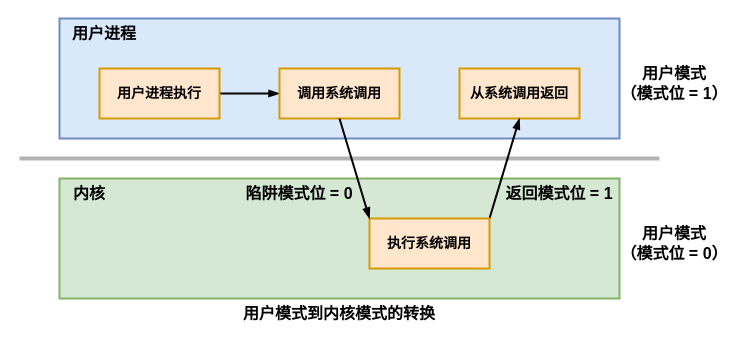
Earlier version of the draw.io diagram page "模式位" (6 of 7) of attach/draw_workspace/操作系统.drawio (creatern/NoteBook). Source tidied: cells renumbered, new cells numbered last; positions are measured from the earlier drawing's top-left corner, leaving out a move shared by most shapes. Both pictures are drawn from the tidied source at 100%, with x=0, y=0 at pixel (19, 18).
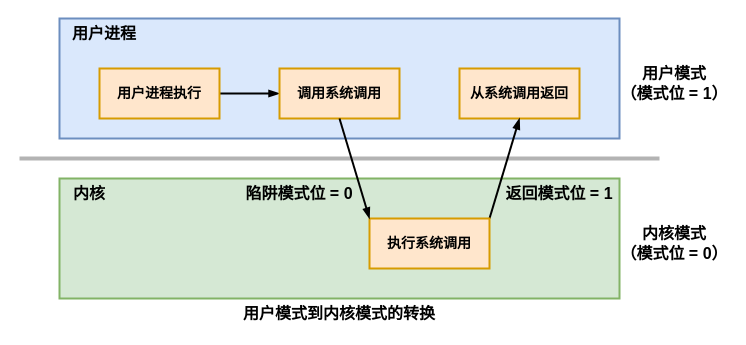
The same page after the edit.

Change to the diagram source:
```diff
@@
 <mxGraphModel>
   <root>
     <mxCell id="0" />
     <mxCell id="1" parent="0" />
     <mxCell id="2" style="rounded=0;whiteSpace=wrap;html=1;fillColor=#d5e8d4;strokeColor=#82b366;strokeWidth=2;" parent="1" vertex="1">
       <mxGeometry x="40" y="160" width="560" height="120" as="geometry" />
     </mxCell>
     <mxCell id="3" style="rounded=0;whiteSpace=wrap;html=1;fillColor=#dae8fc;strokeColor=#6c8ebf;strokeWidth=2;" parent="1" vertex="1">
       <mxGeometry x="40" width="560" height="120" as="geometry" />
     </mxCell>
     <mxCell id="4" value="&lt;b style=&quot;font-size: 16px;&quot;&gt;用户进程&lt;/b&gt;" style="text;html=1;strokeColor=none;fillColor=none;align=center;verticalAlign=middle;whiteSpace=wrap;rounded=0;fontSize=16;" parent="1" vertex="1">
       <mxGeometry x="40" width="90" height="30" as="geometry" />
     </mxCell>
     <mxCell id="5" style="edgeStyle=orthogonalEdgeStyle;rounded=0;jettySize=auto;html=1;exitX=1;exitY=0.5;exitDx=0;exitDy=0;entryX=0;entryY=0.5;entryDx=0;entryDy=0;strokeWidth=2;endArrow=blockThin;endFill=1;" parent="1" edge="1" source="6" target="7">
       <mxGeometry relative="1" as="geometry" />
     </mxCell>
     <mxCell id="6" value="&lt;b style=&quot;font-size: 14px;&quot;&gt;用户进程执行&lt;/b&gt;" style="rounded=0;whiteSpace=wrap;html=1;fillColor=#ffe6cc;strokeColor=#d79b00;strokeWidth=2;fontSize=14;" parent="1" vertex="1">
       <mxGeometry x="80" y="50" width="120" height="50" as="geometry" />
     </mxCell>
     <mxCell id="7" value="&lt;b&gt;调用系统调用&lt;/b&gt;" style="rounded=0;whiteSpace=wrap;html=1;fillColor=#ffe6cc;strokeColor=#d79b00;strokeWidth=2;fontSize=14;" parent="1" vertex="1">
       <mxGeometry x="260" y="50" width="120" height="50" as="geometry" />
     </mxCell>
     <mxCell id="8" value="&lt;b&gt;从系统调用返回&lt;/b&gt;" style="rounded=0;whiteSpace=wrap;html=1;fillColor=#ffe6cc;strokeColor=#d79b00;strokeWidth=2;fontSize=14;" parent="1" vertex="1">
       <mxGeometry x="440" y="50" width="120" height="50" as="geometry" />
     </mxCell>
     <mxCell id="9" value="&lt;b style=&quot;font-size: 16px;&quot;&gt;用户模式&lt;br&gt;（模式位 = 1）&lt;br&gt;&lt;/b&gt;" style="text;html=1;strokeColor=none;fillColor=none;align=center;verticalAlign=middle;whiteSpace=wrap;rounded=0;fontSize=16;" parent="1" vertex="1">
       <mxGeometry x="600" y="40" width="110" height="50" as="geometry" />
     </mxCell>
     <mxCell id="10" style="endArrow=none;html=1;rounded=0;labelBackgroundColor=default;strokeColor=#B3B3B3;strokeWidth=4;fontFamily=Helvetica;fontSize=11;fontColor=default;shape=connector;" parent="1" edge="1">
       <mxGeometry relative="1" as="geometry">
         <mxPoint y="140" as="sourcePoint" />
         <mxPoint x="640" y="140" as="targetPoint" />
       </mxGeometry>
     </mxCell>
     <mxCell id="11" value="&lt;b style=&quot;font-size: 16px;&quot;&gt;内核&lt;/b&gt;" style="text;html=1;strokeColor=none;fillColor=none;align=center;verticalAlign=middle;whiteSpace=wrap;rounded=0;fontSize=16;" parent="1" vertex="1">
       <mxGeometry x="40" y="160" width="60" height="30" as="geometry" />
     </mxCell>
     <mxCell id="12" style="shape=connector;rounded=0;jettySize=auto;html=1;exitX=1;exitY=0;exitDx=0;exitDy=0;entryX=0.5;entryY=1;entryDx=0;entryDy=0;labelBackgroundColor=default;strokeColor=default;strokeWidth=2;fontFamily=Helvetica;fontSize=11;fontColor=default;endArrow=blockThin;endFill=1;" parent="1" edge="1" source="13" target="8">
       <mxGeometry relative="1" as="geometry" />
     </mxCell>
     <mxCell id="13" value="&lt;b&gt;执行系统调用&lt;/b&gt;" style="rounded=0;whiteSpace=wrap;html=1;fillColor=#ffe6cc;strokeColor=#d79b00;strokeWidth=2;fontSize=14;" parent="1" vertex="1">
       <mxGeometry x="350" y="200" width="120" height="50" as="geometry" />
     </mxCell>
-    <mxCell id="14" value="&lt;b style=&quot;font-size: 16px;&quot;&gt;用户模式&lt;br&gt;（模式位 = 0）&lt;br&gt;&lt;/b&gt;" style="text;html=1;strokeColor=none;fillColor=none;align=center;verticalAlign=middle;whiteSpace=wrap;rounded=0;fontSize=16;" parent="1" vertex="1">
+    <mxCell id="14" value="&lt;b style=&quot;font-size: 16px;&quot;&gt;内核模式&lt;br&gt;（模式位 = 0）&lt;br&gt;&lt;/b&gt;" style="text;html=1;strokeColor=none;fillColor=none;align=center;verticalAlign=middle;whiteSpace=wrap;rounded=0;fontSize=16;" parent="1" vertex="1">
       <mxGeometry x="600" y="200" width="110" height="50" as="geometry" />
     </mxCell>
     <mxCell id="15" style="shape=connector;rounded=0;jettySize=auto;html=1;exitX=0.5;exitY=1;exitDx=0;exitDy=0;entryX=0;entryY=0;entryDx=0;entryDy=0;labelBackgroundColor=default;strokeColor=default;strokeWidth=2;fontFamily=Helvetica;fontSize=11;fontColor=default;endArrow=blockThin;endFill=1;" parent="1" edge="1" source="7" target="13">
       <mxGeometry relative="1" as="geometry" />
     </mxCell>
     <mxCell id="16" value="&lt;b&gt;陷阱模式位 = 0&lt;/b&gt;" style="text;html=1;strokeColor=none;fillColor=none;align=center;verticalAlign=middle;whiteSpace=wrap;rounded=0;fontSize=16;" parent="1" vertex="1">
       <mxGeometry x="220" y="160" width="120" height="30" as="geometry" />
     </mxCell>
     <mxCell id="17" value="&lt;b&gt;返回模式位 = 1&lt;/b&gt;" style="text;html=1;strokeColor=none;fillColor=none;align=center;verticalAlign=middle;whiteSpace=wrap;rounded=0;fontSize=16;" parent="1" vertex="1">
       <mxGeometry x="480" y="160" width="120" height="30" as="geometry" />
     </mxCell>
     <mxCell id="18" value="&lt;b style=&quot;font-size: 16px;&quot;&gt;用户模式到内核模式的转换&lt;/b&gt;" style="text;html=1;strokeColor=none;fillColor=none;align=center;verticalAlign=middle;whiteSpace=wrap;rounded=0;fontSize=16;" parent="1" vertex="1">
       <mxGeometry x="120" y="280" width="400" height="30" as="geometry" />
     </mxCell>
   </root>
 </mxGraphModel>
```
